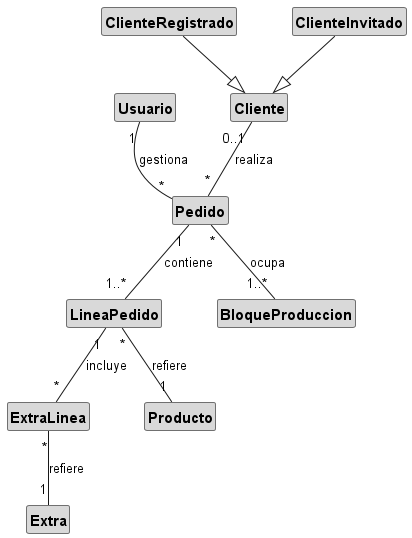
Earlier version of the PlantUML export docs/diagramas/capitulo2/01_modelo_dominio.png (pabloocanteroo/tfg-buenaburger-manage-system). Source of this version:
```plantuml
@startuml
hide circle
hide empty members
skinparam shadowing false
skinparam defaultFontName Helvetica
skinparam nodesep 55
skinparam ranksep 55
skinparam class {
  BackgroundColor #D9D9D9
  BorderColor #707070
  FontColor #000000
  FontStyle bold
  FontSize 15
}
skinparam classBorderThickness 1

class Cliente
class ClienteRegistrado
class ClienteInvitado
class Usuario
class Pedido
class LineaPedido
class ExtraLinea
class Producto
class Extra
class BloqueProduccion

ClienteRegistrado --|> Cliente
ClienteInvitado  --|> Cliente

Cliente "0..1" -- "*" Pedido : realiza
Usuario  "1"    -- "*" Pedido : gestiona
Pedido   "1"    -- "1..*" LineaPedido : contiene
Pedido   "*"    -- "1..*" BloqueProduccion : ocupa
LineaPedido "*" -- "1" Producto : refiere
LineaPedido "1" -- "*" ExtraLinea : incluye
ExtraLinea  "*" -- "1" Extra : refiere
@enduml
```
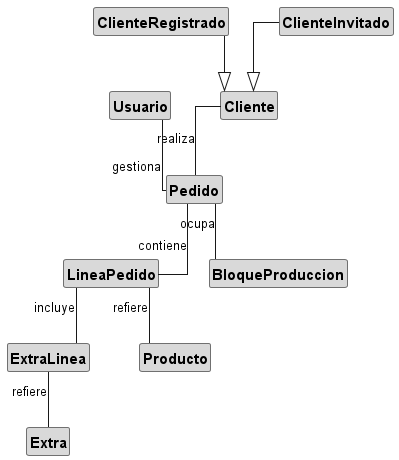
The same file after the commit.

The edit, as a diff of the source:
```diff
@@ -3,7 +3,8 @@
 hide empty members
 skinparam shadowing false
 skinparam defaultFontName Helvetica
-skinparam nodesep 55
+skinparam linetype ortho
+skinparam nodesep 50
 skinparam ranksep 55
 skinparam class {
   BackgroundColor #D9D9D9
@@ -28,11 +29,11 @@
 ClienteRegistrado --|> Cliente
 ClienteInvitado  --|> Cliente
 
-Cliente "0..1" -- "*" Pedido : realiza
-Usuario  "1"    -- "*" Pedido : gestiona
-Pedido   "1"    -- "1..*" LineaPedido : contiene
-Pedido   "*"    -- "1..*" BloqueProduccion : ocupa
-LineaPedido "*" -- "1" Producto : refiere
-LineaPedido "1" -- "*" ExtraLinea : incluye
-ExtraLinea  "*" -- "1" Extra : refiere
+Cliente     -- Pedido : realiza
+Usuario     -- Pedido : gestiona
+Pedido      -- LineaPedido : contiene
+Pedido      -- BloqueProduccion : ocupa
+LineaPedido -- Producto : refiere
+LineaPedido -- ExtraLinea : incluye
+ExtraLinea  -- Extra : refiere
 @enduml
```
